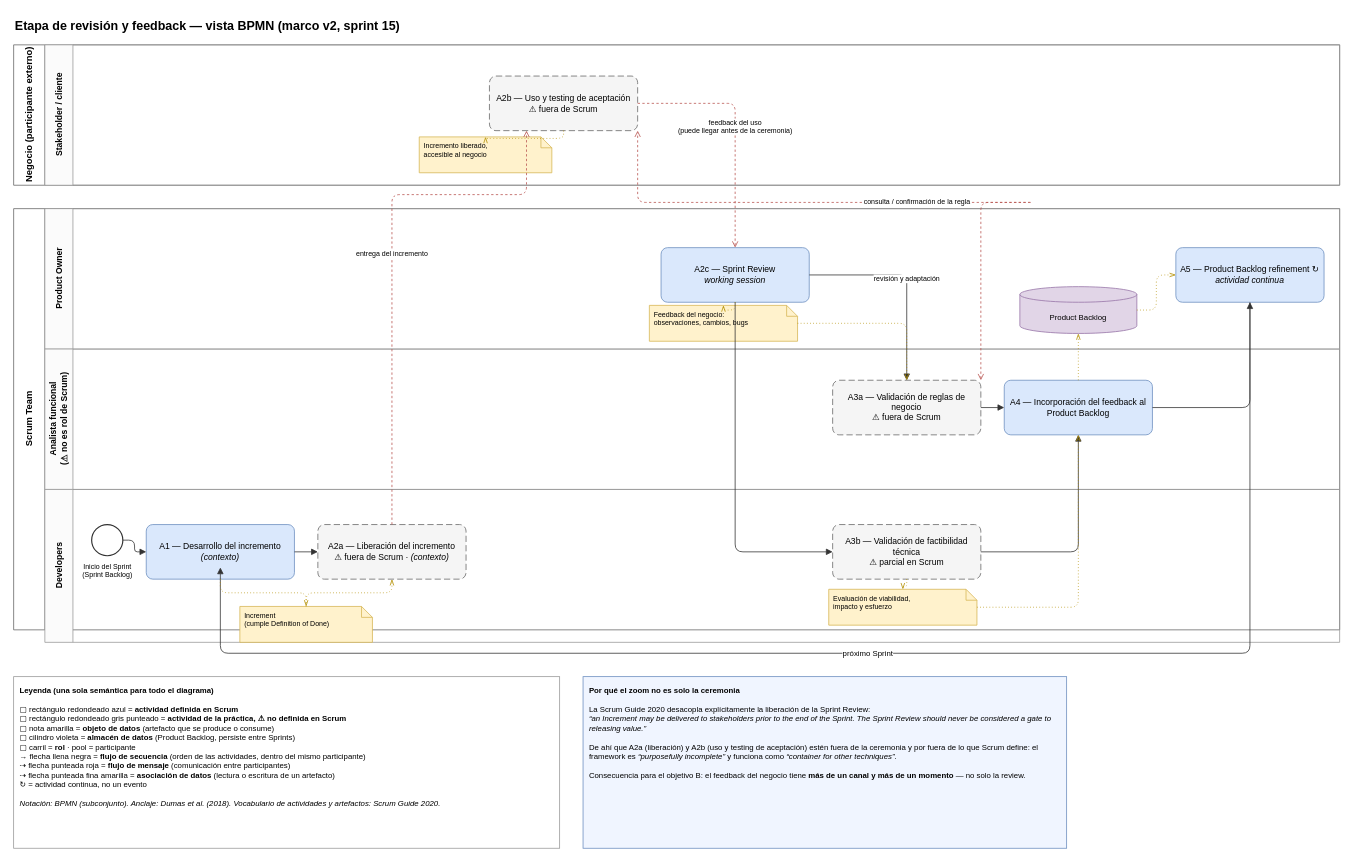
Before: sprint 15/diagramas/marco_feedback_bpmn.drawio in vickychappuis/Tesis, a draw.io diagram. Source tidied: cells renumbered, new cells numbered last; positions are measured from the earlier drawing's top-left corner, leaving out a move shared by most shapes. Both pictures are drawn from the tidied source at 78%, with x=0, y=0 at pixel (13, 13).
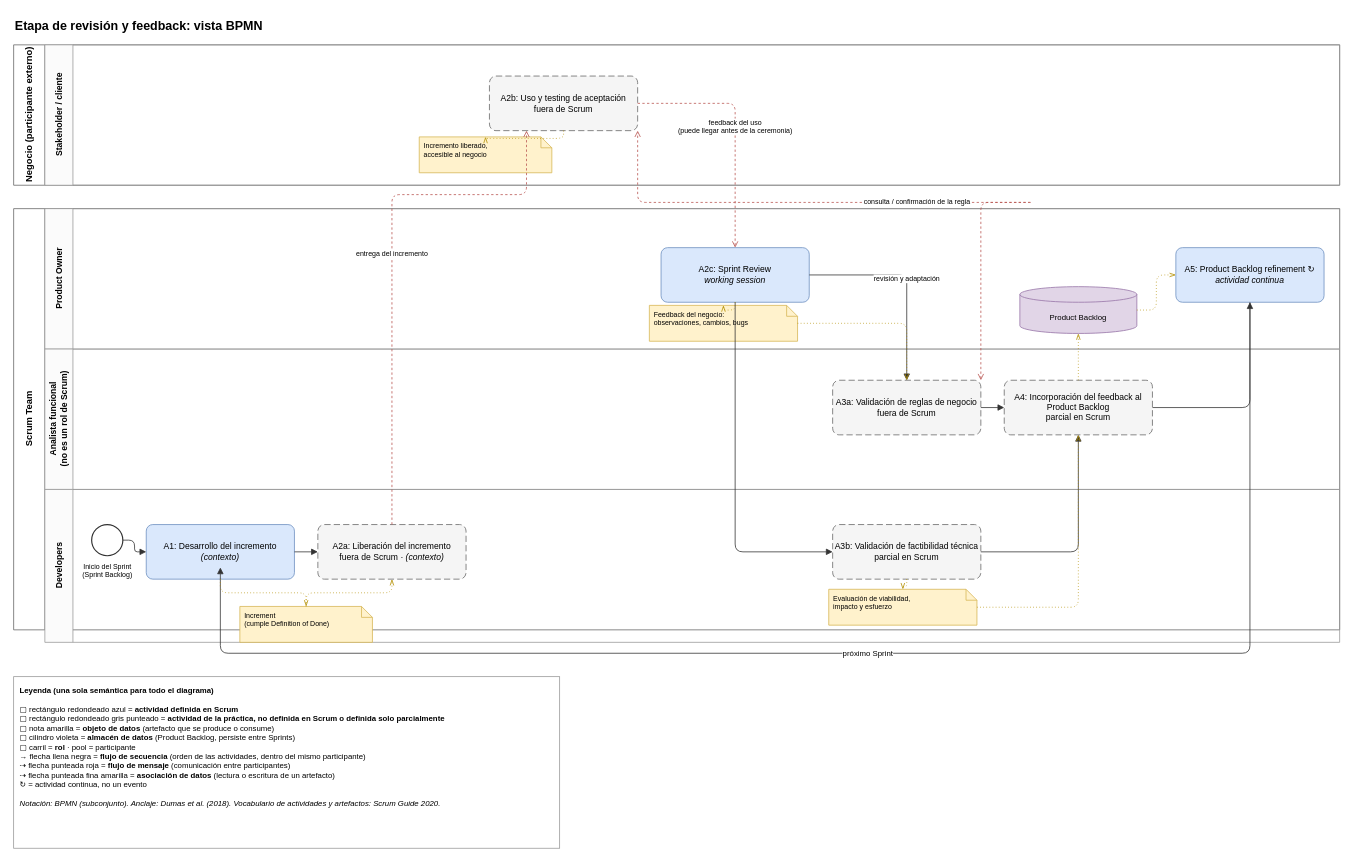
Above is the later version.

Commit message (it also covers changes not shown here):
sprint 15: figuras BPMN y escenarios actualizadas a la terminologia de la tesis

Change to the diagram source:
```diff
@@
-    <mxCell id="2" value="Etapa de revisión y feedback — vista BPMN (marco v2, sprint 15)" style="text;html=1;strokeColor=none;fillColor=none;align=left;verticalAlign=middle;fontSize=16;fontStyle=1;" parent="1" vertex="1">
+    <mxCell id="2" value="Etapa de revisión y feedback: vista BPMN" style="text;html=1;strokeColor=none;fillColor=none;align=left;verticalAlign=middle;fontSize=16;fontStyle=1;" parent="1" vertex="1">
       <mxGeometry width="900" height="30" as="geometry" />
     </mxCell>
@@
-    <mxCell id="7" value="Analista funcional&lt;br&gt;(⚠ no es rol de Scrum)" style="swimlane;html=1;horizontal=0;startSize=36;fillColor=#FBFBFB;strokeColor=#999999;fontSize=11;" parent="1" vertex="1">
+    <mxCell id="7" value="Analista funcional&lt;br&gt;(no es un rol de Scrum)" style="swimlane;html=1;horizontal=0;startSize=36;fillColor=#FBFBFB;strokeColor=#999999;fontSize=11;" parent="1" vertex="1">
       <mxGeometry x="40" y="430" width="1660" height="180" as="geometry" />
     </mxCell>
@@
-    <mxCell id="12" value="A1 — Desarrollo del incremento&lt;br&gt;&lt;i&gt;(contexto)&lt;/i&gt;" style="rounded=1;arcSize=12;whiteSpace=wrap;html=1;fillColor=#DAE8FC;strokeColor=#6C8EBF;fontSize=11;" parent="1" vertex="1">
+    <mxCell id="12" value="A1: Desarrollo del incremento&lt;br&gt;&lt;i&gt;(contexto)&lt;/i&gt;" style="rounded=1;arcSize=12;whiteSpace=wrap;html=1;fillColor=#DAE8FC;strokeColor=#6C8EBF;fontSize=11;" parent="1" vertex="1">
       <mxGeometry x="170" y="655" width="190" height="70" as="geometry" />
     </mxCell>
-    <mxCell id="13" value="A2a — Liberación del incremento&lt;br&gt;⚠ fuera de Scrum · &lt;i&gt;(contexto)&lt;/i&gt;" style="rounded=1;arcSize=12;whiteSpace=wrap;html=1;fillColor=#F5F5F5;strokeColor=#666666;dashed=1;dashPattern=8 4;fontSize=11;" parent="1" vertex="1">
+    <mxCell id="13" value="A2a: Liberación del incremento&lt;br&gt;fuera de Scrum · &lt;i&gt;(contexto)&lt;/i&gt;" style="rounded=1;arcSize=12;whiteSpace=wrap;html=1;fillColor=#F5F5F5;strokeColor=#666666;dashed=1;dashPattern=8 4;fontSize=11;" parent="1" vertex="1">
       <mxGeometry x="390" y="655" width="190" height="70" as="geometry" />
     </mxCell>
-    <mxCell id="14" value="A2b — Uso y testing de aceptación&lt;br&gt;⚠ fuera de Scrum" style="rounded=1;arcSize=12;whiteSpace=wrap;html=1;fillColor=#F5F5F5;strokeColor=#666666;dashed=1;dashPattern=8 4;fontSize=11;" parent="1" vertex="1">
+    <mxCell id="14" value="A2b: Uso y testing de aceptación&lt;br&gt;fuera de Scrum" style="rounded=1;arcSize=12;whiteSpace=wrap;html=1;fillColor=#F5F5F5;strokeColor=#666666;dashed=1;dashPattern=8 4;fontSize=11;" parent="1" vertex="1">
       <mxGeometry x="610" y="80" width="190" height="70" as="geometry" />
     </mxCell>
-    <mxCell id="15" value="A2c — Sprint Review&lt;br&gt;&lt;i&gt;working session&lt;/i&gt;" style="rounded=1;arcSize=12;whiteSpace=wrap;html=1;fillColor=#DAE8FC;strokeColor=#6C8EBF;fontSize=11;" parent="1" vertex="1">
+    <mxCell id="15" value="A2c: Sprint Review&lt;br&gt;&lt;i&gt;working session&lt;/i&gt;" style="rounded=1;arcSize=12;whiteSpace=wrap;html=1;fillColor=#DAE8FC;strokeColor=#6C8EBF;fontSize=11;" parent="1" vertex="1">
       <mxGeometry x="830" y="300" width="190" height="70" as="geometry" />
     </mxCell>
-    <mxCell id="16" value="A3a — Validación de reglas de negocio&lt;br&gt;⚠ fuera de Scrum" style="rounded=1;arcSize=12;whiteSpace=wrap;html=1;fillColor=#F5F5F5;strokeColor=#666666;dashed=1;dashPattern=8 4;fontSize=11;" parent="1" vertex="1">
+    <mxCell id="16" value="A3a: Validación de reglas de negocio&lt;br&gt;fuera de Scrum" style="rounded=1;arcSize=12;whiteSpace=wrap;html=1;fillColor=#F5F5F5;strokeColor=#666666;dashed=1;dashPattern=8 4;fontSize=11;" parent="1" vertex="1">
       <mxGeometry x="1050" y="470" width="190" height="70" as="geometry" />
     </mxCell>
-    <mxCell id="17" value="A3b — Validación de factibilidad técnica&lt;br&gt;⚠ parcial en Scrum" style="rounded=1;arcSize=12;whiteSpace=wrap;html=1;fillColor=#F5F5F5;strokeColor=#666666;dashed=1;dashPattern=8 4;fontSize=11;" parent="1" vertex="1">
+    <mxCell id="17" value="A3b: Validación de factibilidad técnica&lt;br&gt;parcial en Scrum" style="rounded=1;arcSize=12;whiteSpace=wrap;html=1;fillColor=#F5F5F5;strokeColor=#666666;dashed=1;dashPattern=8 4;fontSize=11;" parent="1" vertex="1">
       <mxGeometry x="1050" y="655" width="190" height="70" as="geometry" />
     </mxCell>
-    <mxCell id="18" value="A4 — Incorporación del feedback al Product Backlog" style="rounded=1;arcSize=12;whiteSpace=wrap;html=1;fillColor=#DAE8FC;strokeColor=#6C8EBF;fontSize=11;" parent="1" vertex="1">
+    <mxCell id="18" value="A4: Incorporación del feedback al Product Backlog&lt;br&gt;parcial en Scrum" style="rounded=1;arcSize=12;whiteSpace=wrap;html=1;fillColor=#F5F5F5;strokeColor=#666666;dashed=1;dashPattern=8 4;fontSize=11;" parent="1" vertex="1">
       <mxGeometry x="1270" y="470" width="190" height="70" as="geometry" />
     </mxCell>
-    <mxCell id="19" value="A5 — Product Backlog refinement ↻&lt;br&gt;&lt;i&gt;actividad continua&lt;/i&gt;" style="rounded=1;arcSize=12;whiteSpace=wrap;html=1;fillColor=#DAE8FC;strokeColor=#6C8EBF;fontSize=11;" parent="1" vertex="1">
+    <mxCell id="19" value="A5: Product Backlog refinement ↻&lt;br&gt;&lt;i&gt;actividad continua&lt;/i&gt;" style="rounded=1;arcSize=12;whiteSpace=wrap;html=1;fillColor=#DAE8FC;strokeColor=#6C8EBF;fontSize=11;" parent="1" vertex="1">
       <mxGeometry x="1490" y="300" width="190" height="70" as="geometry" />
     </mxCell>
@@
-    <mxCell id="44" value="&lt;b&gt;Leyenda (una sola semántica para todo el diagrama)&lt;/b&gt;&lt;br&gt;&lt;br&gt;▢ rectángulo redondeado azul = &lt;b&gt;actividad definida en Scrum&lt;/b&gt;&lt;br&gt;▢ rectángulo redondeado gris punteado = &lt;b&gt;actividad de la práctica, ⚠ no definida en Scrum&lt;/b&gt;&lt;br&gt;▢ nota amarilla = &lt;b&gt;objeto de datos&lt;/b&gt; (artefacto que se produce o consume)&lt;br&gt;▢ cilindro violeta = &lt;b&gt;almacén de datos&lt;/b&gt; (Product Backlog, persiste entre Sprints)&lt;br&gt;▢ carril = &lt;b&gt;rol&lt;/b&gt; · pool = participante&lt;br&gt;→ flecha llena negra = &lt;b&gt;flujo de secuencia&lt;/b&gt; (orden de las actividades, dentro del mismo participante)&lt;br&gt;⇢ flecha punteada roja = &lt;b&gt;flujo de mensaje&lt;/b&gt; (comunicación entre participantes)&lt;br&gt;⇢ flecha punteada fina amarilla = &lt;b&gt;asociación de datos&lt;/b&gt; (lectura o escritura de un artefacto)&lt;br&gt;↻ = actividad continua, no un evento&lt;br&gt;&lt;br&gt;&lt;i&gt;Notación: BPMN (subconjunto). Anclaje: Dumas et al. (2018). Vocabulario de actividades y artefactos: Scrum Guide 2020.&lt;/i&gt;" style="text;html=1;whiteSpace=wrap;strokeColor=#999999;fillColor=#FFFFFF;align=left;verticalAlign=top;fontSize=10;spacing=8;" parent="1" vertex="1">
+    <mxCell id="44" value="&lt;b&gt;Leyenda (una sola semántica para todo el diagrama)&lt;/b&gt;&lt;br&gt;&lt;br&gt;▢ rectángulo redondeado azul = &lt;b&gt;actividad definida en Scrum&lt;/b&gt;&lt;br&gt;▢ rectángulo redondeado gris punteado = &lt;b&gt;actividad de la práctica, no definida en Scrum o definida solo parcialmente&lt;/b&gt;&lt;br&gt;▢ nota amarilla = &lt;b&gt;objeto de datos&lt;/b&gt; (artefacto que se produce o consume)&lt;br&gt;▢ cilindro violeta = &lt;b&gt;almacén de datos&lt;/b&gt; (Product Backlog, persiste entre Sprints)&lt;br&gt;▢ carril = &lt;b&gt;rol&lt;/b&gt; · pool = participante&lt;br&gt;→ flecha llena negra = &lt;b&gt;flujo de secuencia&lt;/b&gt; (orden de las actividades, dentro del mismo participante)&lt;br&gt;⇢ flecha punteada roja = &lt;b&gt;flujo de mensaje&lt;/b&gt; (comunicación entre participantes)&lt;br&gt;⇢ flecha punteada fina amarilla = &lt;b&gt;asociación de datos&lt;/b&gt; (lectura o escritura de un artefacto)&lt;br&gt;↻ = actividad continua, no un evento&lt;br&gt;&lt;br&gt;&lt;i&gt;Notación: BPMN (subconjunto). Anclaje: Dumas et al. (2018). Vocabulario de actividades y artefactos: Scrum Guide 2020.&lt;/i&gt;" style="text;html=1;whiteSpace=wrap;strokeColor=#999999;fillColor=#FFFFFF;align=left;verticalAlign=top;fontSize=10;spacing=8;" parent="1" vertex="1">
       <mxGeometry y="850" width="700" height="220" as="geometry" />
     </mxCell>
-    <mxCell id="45" value="&lt;b&gt;Por qué el zoom no es solo la ceremonia&lt;/b&gt;&lt;br&gt;&lt;br&gt;La Scrum Guide 2020 desacopla explícitamente la liberación de la Sprint Review:&lt;br&gt;&lt;i&gt;“an Increment may be delivered to stakeholders prior to the end of the Sprint. The Sprint Review should never be considered a gate to releasing value.”&lt;/i&gt;&lt;br&gt;&lt;br&gt;De ahí que A2a (liberación) y A2b (uso y testing de aceptación) estén fuera de la ceremonia y por fuera de lo que Scrum define: el framework es &lt;i&gt;“purposefully incomplete”&lt;/i&gt; y funciona como &lt;i&gt;“container for other techniques”&lt;/i&gt;.&lt;br&gt;&lt;br&gt;Consecuencia para el objetivo B: el feedback del negocio tiene &lt;b&gt;más de un canal y más de un momento&lt;/b&gt; — no solo la review." style="text;html=1;whiteSpace=wrap;strokeColor=#6C8EBF;fillColor=#F0F5FF;align=left;verticalAlign=top;fontSize=10;spacing=8;" parent="1" vertex="1">
-      <mxGeometry x="730" y="850" width="620" height="220" as="geometry" />
-    </mxCell>
```
